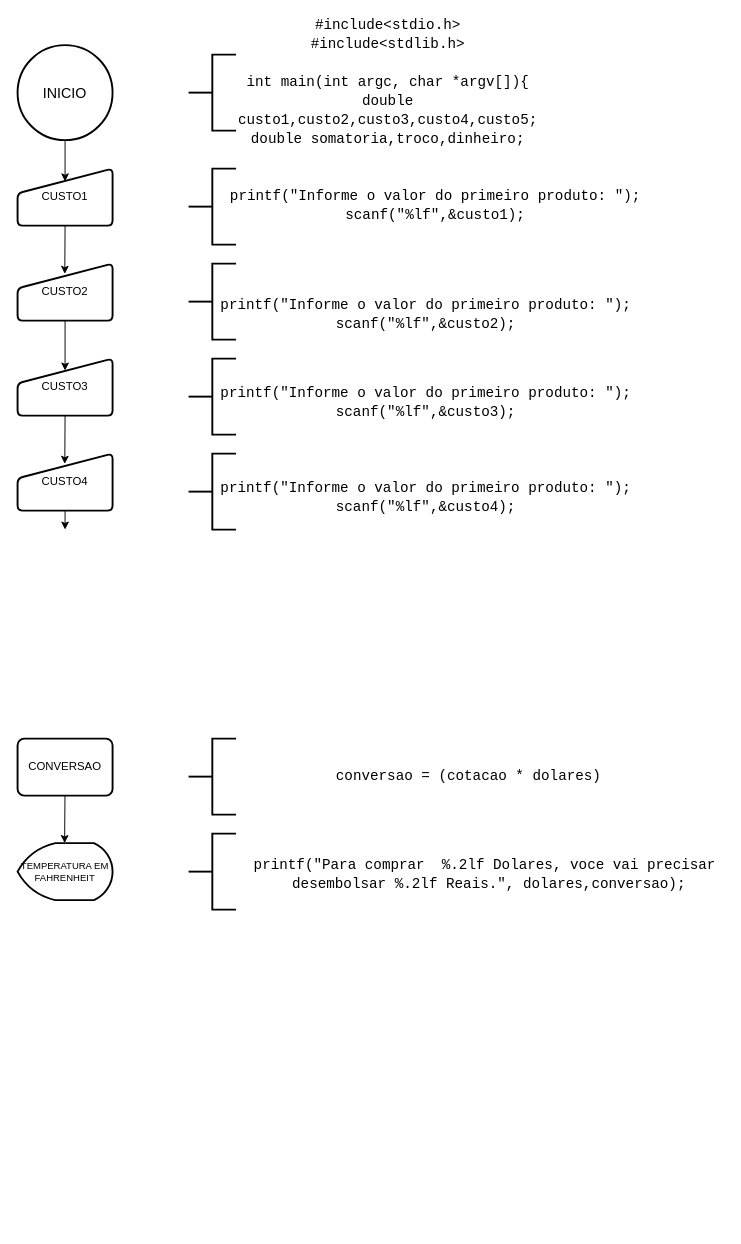
Before: Exercicio_07.drawio in rafael-schroer/programacao-aplicada-2021, a draw.io diagram. Source tidied: cells renumbered, new cells numbered last; positions are measured from the earlier drawing's top-left corner, leaving out a move shared by most shapes. Both pictures are drawn from the tidied source at 95%, with x=0, y=0 at pixel (17, 26).
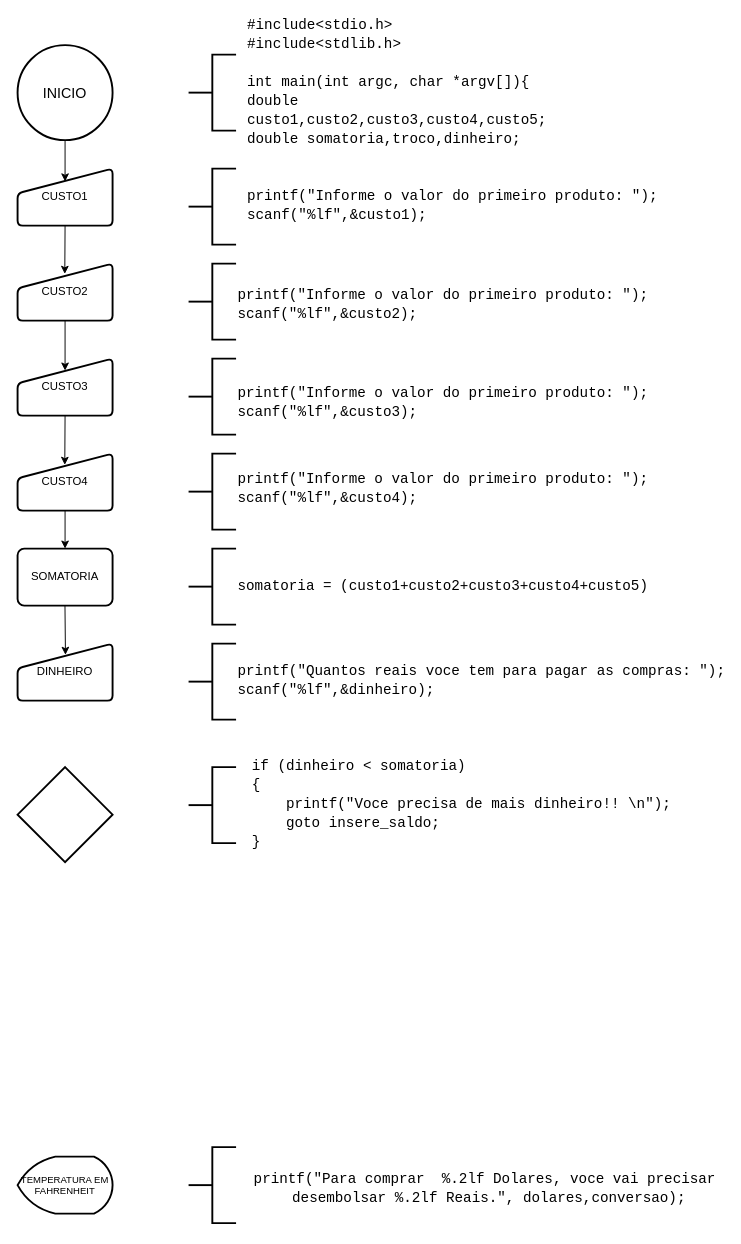
Above is the later version.

The change refers to these unchanged cells:
```xml
<mxCell id="20" value="CUSTO3" style="html=1;strokeWidth=2;shape=manualInput;whiteSpace=wrap;rounded=1;size=26;arcSize=11;verticalAlign=middle;align=center;" parent="1" vertex="1">
  <mxGeometry y="350" width="100" height="60" as="geometry" />
</mxCell>
<mxCell id="23" value="CUSTO4" style="html=1;strokeWidth=2;shape=manualInput;whiteSpace=wrap;rounded=1;size=26;arcSize=11;verticalAlign=middle;align=center;" parent="1" vertex="1">
  <mxGeometry y="450" width="100" height="60" as="geometry" />
</mxCell>
```

Diff of the diagram source:
```diff
@@
     <mxCell id="6" value="TEMPERATURA EM FAHRENHEIT" style="strokeWidth=2;html=1;shape=mxgraph.flowchart.display;whiteSpace=wrap;fontSize=10;" parent="1" vertex="1">
-      <mxGeometry y="860" width="100" height="60" as="geometry" />
+      <mxGeometry y="1190" width="100" height="60" as="geometry" />
     </mxCell>
-    <mxCell id="7" value="&#10;&#10;&lt;div style=&quot;font-family: consolas, &amp;quot;courier new&amp;quot;, monospace; font-weight: normal; font-size: 15px; line-height: 20px;&quot;&gt;&lt;div&gt;&lt;span style=&quot;&quot;&gt;printf&lt;/span&gt;&lt;span style=&quot;&quot;&gt;(&lt;/span&gt;&lt;span style=&quot;&quot;&gt;&quot;Informe&amp;nbsp;o&amp;nbsp;valor&amp;nbsp;do&amp;nbsp;primeiro&amp;nbsp;produto:&amp;nbsp;&quot;&lt;/span&gt;&lt;span style=&quot;&quot;&gt;);&lt;/span&gt;&lt;/div&gt;&lt;div&gt;&lt;span style=&quot;&quot;&gt;scanf&lt;/span&gt;&lt;span style=&quot;&quot;&gt;(&lt;/span&gt;&lt;span style=&quot;&quot;&gt;&quot;&lt;/span&gt;&lt;span style=&quot;&quot;&gt;%lf&lt;/span&gt;&lt;span style=&quot;&quot;&gt;&quot;&lt;/span&gt;&lt;span style=&quot;&quot;&gt;,&amp;amp;&lt;/span&gt;&lt;span style=&quot;&quot;&gt;custo1&lt;/span&gt;&lt;span style=&quot;&quot;&gt;);&lt;/span&gt;&lt;/div&gt;&lt;/div&gt;&#10;&#10;" style="text;html=1;strokeColor=none;fillColor=none;align=center;verticalAlign=middle;whiteSpace=wrap;rounded=0;labelBorderColor=none;" parent="1" vertex="1">
+    <mxCell id="7" value="&#10;&#10;&lt;div style=&quot;font-family: consolas, &amp;quot;courier new&amp;quot;, monospace; font-weight: normal; font-size: 15px; line-height: 20px;&quot;&gt;&lt;div&gt;&lt;span style=&quot;&quot;&gt;printf&lt;/span&gt;&lt;span style=&quot;&quot;&gt;(&lt;/span&gt;&lt;span style=&quot;&quot;&gt;&quot;Informe&amp;nbsp;o&amp;nbsp;valor&amp;nbsp;do&amp;nbsp;primeiro&amp;nbsp;produto:&amp;nbsp;&quot;&lt;/span&gt;&lt;span style=&quot;&quot;&gt;);&lt;/span&gt;&lt;/div&gt;&lt;div&gt;&lt;span style=&quot;&quot;&gt;scanf&lt;/span&gt;&lt;span style=&quot;&quot;&gt;(&lt;/span&gt;&lt;span style=&quot;&quot;&gt;&quot;&lt;/span&gt;&lt;span style=&quot;&quot;&gt;%lf&lt;/span&gt;&lt;span style=&quot;&quot;&gt;&quot;&lt;/span&gt;&lt;span style=&quot;&quot;&gt;,&amp;amp;&lt;/span&gt;&lt;span style=&quot;&quot;&gt;custo1&lt;/span&gt;&lt;span style=&quot;&quot;&gt;);&lt;/span&gt;&lt;/div&gt;&lt;/div&gt;&#10;&#10;" style="text;html=1;strokeColor=none;fillColor=none;align=left;verticalAlign=middle;whiteSpace=wrap;rounded=0;labelBorderColor=none;" parent="1" vertex="1">
       <mxGeometry x="240" y="170" width="400" height="40" as="geometry" />
     </mxCell>
@@
     <mxCell id="9" style="strokeWidth=2;html=1;shape=mxgraph.flowchart.annotation_2;align=left;labelPosition=right;" parent="1" vertex="1">
-      <mxGeometry x="180" y="750" width="50" height="80" as="geometry" />
+      <mxGeometry x="180" y="550" width="50" height="80" as="geometry" />
     </mxCell>
-    <mxCell id="10" value="&lt;div style=&quot;font-family: &amp;#34;consolas&amp;#34; , &amp;#34;courier new&amp;#34; , monospace ; font-weight: normal ; font-size: 15px ; line-height: 20px&quot;&gt;&lt;div style=&quot;font-family: &amp;#34;consolas&amp;#34; , &amp;#34;courier new&amp;#34; , monospace ; line-height: 20px&quot;&gt;conversao = (cotacao * dolares)&lt;/div&gt;&lt;/div&gt;" style="text;html=1;rounded=0;align=center;verticalAlign=middle;labelBorderColor=none;whiteSpace=wrap;" parent="1" vertex="1">
-      <mxGeometry x="230" y="770" width="490" height="40" as="geometry" />
+    <mxCell id="10" value="&lt;div style=&quot;font-family: &amp;quot;consolas&amp;quot; , &amp;quot;courier new&amp;quot; , monospace ; font-weight: normal ; font-size: 15px ; line-height: 20px&quot;&gt;&lt;div style=&quot;font-family: &amp;quot;consolas&amp;quot; , &amp;quot;courier new&amp;quot; , monospace ; line-height: 20px&quot;&gt;somatoria = (custo1+custo2+custo3+custo4+custo5)&lt;/div&gt;&lt;/div&gt;" style="text;html=1;rounded=0;align=left;verticalAlign=middle;labelBorderColor=none;whiteSpace=wrap;" parent="1" vertex="1">
+      <mxGeometry x="230" y="570" width="490" height="40" as="geometry" />
     </mxCell>
-    <mxCell id="11" value="&lt;div style=&quot;font-family: &amp;#34;consolas&amp;#34; , &amp;#34;courier new&amp;#34; , monospace ; font-weight: normal ; font-size: 15px ; line-height: 20px&quot;&gt;&lt;div style=&quot;font-family: &amp;#34;consolas&amp;#34; , &amp;#34;courier new&amp;#34; , monospace ; line-height: 20px&quot;&gt;&lt;div&gt;&lt;span&gt;#include&lt;/span&gt;&lt;span&gt;&amp;lt;stdio.h&amp;gt;&lt;/span&gt;&lt;/div&gt;&lt;div&gt;&lt;span&gt;#include&lt;/span&gt;&lt;span&gt;&amp;lt;stdlib.h&amp;gt;&lt;/span&gt;&lt;/div&gt;&lt;br&gt;&lt;div&gt;&lt;span&gt;int&lt;/span&gt;&amp;nbsp;&lt;span&gt;main&lt;/span&gt;(&lt;span&gt;int&lt;/span&gt;&amp;nbsp;&lt;span&gt;argc&lt;/span&gt;,&amp;nbsp;&lt;span&gt;char&lt;/span&gt;&amp;nbsp;*&lt;span&gt;argv&lt;/span&gt;&lt;span&gt;[]&lt;/span&gt;){&lt;/div&gt;&lt;div&gt;double custo1,custo2,custo3,custo4,custo5;&lt;/div&gt;&lt;div&gt;double somatoria,troco,dinheiro;&lt;br&gt;&lt;/div&gt;&lt;/div&gt;&lt;/div&gt;" style="text;whiteSpace=wrap;html=1;rounded=0;align=center;verticalAlign=middle;labelBorderColor=none;" parent="1" vertex="1">
+    <mxCell id="11" value="&lt;div style=&quot;font-family: &amp;quot;consolas&amp;quot; , &amp;quot;courier new&amp;quot; , monospace ; font-weight: normal ; font-size: 15px ; line-height: 20px&quot;&gt;&lt;div style=&quot;font-family: &amp;quot;consolas&amp;quot; , &amp;quot;courier new&amp;quot; , monospace ; line-height: 20px&quot;&gt;&lt;div&gt;&lt;span&gt;#include&lt;/span&gt;&lt;span&gt;&amp;lt;stdio.h&amp;gt;&lt;/span&gt;&lt;/div&gt;&lt;div&gt;&lt;span&gt;#include&lt;/span&gt;&lt;span&gt;&amp;lt;stdlib.h&amp;gt;&lt;/span&gt;&lt;/div&gt;&lt;br&gt;&lt;div&gt;&lt;span&gt;int&lt;/span&gt;&amp;nbsp;&lt;span&gt;main&lt;/span&gt;(&lt;span&gt;int&lt;/span&gt;&amp;nbsp;&lt;span&gt;argc&lt;/span&gt;,&amp;nbsp;&lt;span&gt;char&lt;/span&gt;&amp;nbsp;*&lt;span&gt;argv&lt;/span&gt;&lt;span&gt;[]&lt;/span&gt;){&lt;/div&gt;&lt;div&gt;double custo1,custo2,custo3,custo4,custo5;&lt;/div&gt;&lt;div&gt;double somatoria,troco,dinheiro;&lt;br&gt;&lt;/div&gt;&lt;/div&gt;&lt;/div&gt;" style="text;whiteSpace=wrap;html=1;rounded=0;align=left;verticalAlign=middle;labelBorderColor=none;" parent="1" vertex="1">
       <mxGeometry x="240" width="300" height="120" as="geometry" />
     </mxCell>
@@
-    <mxCell id="13" value="CONVERSAO" style="rounded=1;whiteSpace=wrap;html=1;absoluteArcSize=1;arcSize=14;strokeWidth=2;align=center;verticalAlign=middle;" parent="1" vertex="1">
-      <mxGeometry y="750" width="100" height="60" as="geometry" />
+    <mxCell id="13" value="SOMATORIA" style="rounded=1;whiteSpace=wrap;html=1;absoluteArcSize=1;arcSize=14;strokeWidth=2;align=center;verticalAlign=middle;" parent="1" vertex="1">
+      <mxGeometry y="550" width="100" height="60" as="geometry" />
     </mxCell>
-    <mxCell id="14" style="endArrow=classic;html=1;exitX=0.5;exitY=1;exitDx=0;exitDy=0;" parent="1" edge="1">
+    <mxCell id="14" style="endArrow=classic;html=1;exitX=0.5;exitY=1;exitDx=0;exitDy=0;entryX=0.504;entryY=0.197;entryDx=0;entryDy=0;entryPerimeter=0;" parent="1" edge="1" target="29">
       <mxGeometry relative="1" as="geometry">
-        <mxPoint x="49.9" y="810" as="sourcePoint" />
-        <mxPoint x="49.5" y="860" as="targetPoint" />
+        <mxPoint x="49.9" y="610" as="sourcePoint" />
       </mxGeometry>
     </mxCell>
     <mxCell id="15" style="strokeWidth=2;html=1;shape=mxgraph.flowchart.annotation_2;align=left;labelPosition=right;" parent="1" vertex="1">
-      <mxGeometry x="180" y="850" width="50" height="80" as="geometry" />
+      <mxGeometry x="180" y="1180" width="50" height="80" as="geometry" />
     </mxCell>
     <mxCell id="16" value="&lt;br&gt;&lt;br&gt;&lt;div style=&quot;font-family: &amp;#34;consolas&amp;#34; , &amp;#34;courier new&amp;#34; , monospace ; font-weight: normal ; font-size: 15px ; line-height: 20px&quot;&gt;&lt;div&gt;&lt;span&gt;printf&lt;/span&gt;&lt;span&gt;(&lt;/span&gt;&lt;span&gt;&quot;Para&amp;nbsp;comprar&amp;nbsp;&amp;nbsp;&lt;/span&gt;&lt;span&gt;%.2lf&lt;/span&gt;&lt;span&gt;&amp;nbsp;Dolares,&amp;nbsp;voce&amp;nbsp;vai&amp;nbsp;precisar&amp;nbsp;&lt;/span&gt;&lt;/div&gt;&lt;div&gt;&lt;span&gt;desembolsar&amp;nbsp;&lt;/span&gt;&lt;span&gt;%.2lf&lt;/span&gt;&lt;span&gt;&amp;nbsp;Reais.&quot;&lt;/span&gt;&lt;span&gt;,&amp;nbsp;&lt;/span&gt;&lt;span&gt;dolares&lt;/span&gt;&lt;span&gt;,&lt;/span&gt;&lt;span&gt;conversao&lt;/span&gt;&lt;span&gt;);&lt;/span&gt;&lt;/div&gt;&lt;br&gt;&lt;/div&gt;" style="text;html=1;rounded=0;align=center;verticalAlign=middle;labelBorderColor=none;whiteSpace=wrap;" parent="1" vertex="1">
-      <mxGeometry x="280" y="870" width="432.5" height="40" as="geometry" />
+      <mxGeometry x="280" y="1200" width="432.5" height="40" as="geometry" />
     </mxCell>
@@
-    <mxCell id="21" style="endArrow=classic;html=1;exitX=0.5;exitY=1;exitDx=0;exitDy=0;entryX=0.497;entryY=0.18;entryDx=0;entryDy=0;entryPerimeter=0;" parent="1" edge="1" source="20" target="23">
+    <mxCell id="21" style="endArrow=classic;html=1;exitX=0.5;exitY=1;exitDx=0;exitDy=0;entryX=0.497;entryY=0.197;entryDx=0;entryDy=0;entryPerimeter=0;" parent="1" edge="1" source="20" target="23">
       <mxGeometry relative="1" as="geometry" />
     </mxCell>
@@
-    <mxCell id="24" style="endArrow=classic;html=1;exitX=0.5;exitY=1;exitDx=0;exitDy=0;" parent="1" edge="1" source="23">
-      <mxGeometry relative="1" as="geometry">
-        <mxPoint x="50" y="530" as="targetPoint" />
-      </mxGeometry>
+    <mxCell id="24" style="endArrow=classic;html=1;exitX=0.5;exitY=1;exitDx=0;exitDy=0;entryX=0.5;entryY=0;entryDx=0;entryDy=0;" parent="1" edge="1" source="23" target="13">
+      <mxGeometry relative="1" as="geometry" />
     </mxCell>
@@
-    <mxCell id="26" value="&lt;br&gt;&lt;br&gt;&lt;div style=&quot;font-family: &amp;#34;consolas&amp;#34; , &amp;#34;courier new&amp;#34; , monospace ; font-weight: normal ; font-size: 15px ; line-height: 20px&quot;&gt;&lt;div&gt;&lt;span&gt;printf&lt;/span&gt;&lt;span&gt;(&lt;/span&gt;&lt;span&gt;&quot;Informe&amp;nbsp;o&amp;nbsp;valor&amp;nbsp;do&amp;nbsp;primeiro&amp;nbsp;produto:&amp;nbsp;&quot;&lt;/span&gt;&lt;span&gt;);&lt;/span&gt;&lt;/div&gt;&lt;div&gt;&lt;span&gt;scanf&lt;/span&gt;&lt;span&gt;(&lt;/span&gt;&lt;span&gt;&quot;&lt;/span&gt;&lt;span&gt;%lf&lt;/span&gt;&lt;span&gt;&quot;&lt;/span&gt;&lt;span&gt;,&amp;amp;&lt;/span&gt;&lt;span&gt;custo2&lt;/span&gt;&lt;span&gt;);&lt;/span&gt;&lt;/div&gt;&lt;/div&gt;" style="text;html=1;strokeColor=none;fillColor=none;align=center;verticalAlign=middle;whiteSpace=wrap;rounded=0;labelBorderColor=none;" parent="1" vertex="1">
-      <mxGeometry x="230" y="270" width="400" height="40" as="geometry" />
+    <mxCell id="26" value="&lt;br&gt;&lt;br&gt;&lt;div style=&quot;font-family: &amp;quot;consolas&amp;quot; , &amp;quot;courier new&amp;quot; , monospace ; font-weight: normal ; font-size: 15px ; line-height: 20px&quot;&gt;&lt;div&gt;&lt;span&gt;printf&lt;/span&gt;&lt;span&gt;(&lt;/span&gt;&lt;span&gt;&quot;Informe&amp;nbsp;o&amp;nbsp;valor&amp;nbsp;do&amp;nbsp;primeiro&amp;nbsp;produto:&amp;nbsp;&quot;&lt;/span&gt;&lt;span&gt;);&lt;/span&gt;&lt;/div&gt;&lt;div&gt;&lt;span&gt;scanf&lt;/span&gt;&lt;span&gt;(&lt;/span&gt;&lt;span&gt;&quot;&lt;/span&gt;&lt;span&gt;%lf&lt;/span&gt;&lt;span&gt;&quot;&lt;/span&gt;&lt;span&gt;,&amp;amp;&lt;/span&gt;&lt;span&gt;custo2&lt;/span&gt;&lt;span&gt;);&lt;/span&gt;&lt;/div&gt;&lt;/div&gt;" style="text;html=1;strokeColor=none;fillColor=none;align=left;verticalAlign=middle;whiteSpace=wrap;rounded=0;labelBorderColor=none;" parent="1" vertex="1">
+      <mxGeometry x="230" y="260" width="400" height="40" as="geometry" />
     </mxCell>
-    <mxCell id="27" value="&lt;br&gt;&lt;br&gt;&lt;div style=&quot;font-family: &amp;#34;consolas&amp;#34; , &amp;#34;courier new&amp;#34; , monospace ; font-weight: normal ; font-size: 15px ; line-height: 20px&quot;&gt;&lt;div&gt;&lt;span&gt;printf&lt;/span&gt;&lt;span&gt;(&lt;/span&gt;&lt;span&gt;&quot;Informe&amp;nbsp;o&amp;nbsp;valor&amp;nbsp;do&amp;nbsp;primeiro&amp;nbsp;produto:&amp;nbsp;&quot;&lt;/span&gt;&lt;span&gt;);&lt;/span&gt;&lt;/div&gt;&lt;div&gt;&lt;span&gt;scanf&lt;/span&gt;&lt;span&gt;(&lt;/span&gt;&lt;span&gt;&quot;&lt;/span&gt;&lt;span&gt;%lf&lt;/span&gt;&lt;span&gt;&quot;&lt;/span&gt;&lt;span&gt;,&amp;amp;&lt;/span&gt;&lt;span&gt;custo3&lt;/span&gt;&lt;span&gt;);&lt;/span&gt;&lt;/div&gt;&lt;/div&gt;&lt;br&gt;" style="text;html=1;strokeColor=none;fillColor=none;align=center;verticalAlign=middle;whiteSpace=wrap;rounded=0;labelBorderColor=none;" parent="1" vertex="1">
+    <mxCell id="27" value="&lt;br&gt;&lt;br&gt;&lt;div style=&quot;font-family: &amp;quot;consolas&amp;quot; , &amp;quot;courier new&amp;quot; , monospace ; font-weight: normal ; font-size: 15px ; line-height: 20px&quot;&gt;&lt;div&gt;&lt;span&gt;printf&lt;/span&gt;&lt;span&gt;(&lt;/span&gt;&lt;span&gt;&quot;Informe&amp;nbsp;o&amp;nbsp;valor&amp;nbsp;do&amp;nbsp;primeiro&amp;nbsp;produto:&amp;nbsp;&quot;&lt;/span&gt;&lt;span&gt;);&lt;/span&gt;&lt;/div&gt;&lt;div&gt;&lt;span&gt;scanf&lt;/span&gt;&lt;span&gt;(&lt;/span&gt;&lt;span&gt;&quot;&lt;/span&gt;&lt;span&gt;%lf&lt;/span&gt;&lt;span&gt;&quot;&lt;/span&gt;&lt;span&gt;,&amp;amp;&lt;/span&gt;&lt;span&gt;custo3&lt;/span&gt;&lt;span&gt;);&lt;/span&gt;&lt;/div&gt;&lt;/div&gt;&lt;br&gt;" style="text;html=1;strokeColor=none;fillColor=none;align=left;verticalAlign=middle;whiteSpace=wrap;rounded=0;labelBorderColor=none;" parent="1" vertex="1">
       <mxGeometry x="230" y="370" width="400" height="40" as="geometry" />
     </mxCell>
-    <mxCell id="28" value="&lt;br&gt;&lt;br&gt;&lt;div style=&quot;font-family: &amp;#34;consolas&amp;#34; , &amp;#34;courier new&amp;#34; , monospace ; font-weight: normal ; font-size: 15px ; line-height: 20px&quot;&gt;&lt;div&gt;&lt;span&gt;printf&lt;/span&gt;&lt;span&gt;(&lt;/span&gt;&lt;span&gt;&quot;Informe&amp;nbsp;o&amp;nbsp;valor&amp;nbsp;do&amp;nbsp;primeiro&amp;nbsp;produto:&amp;nbsp;&quot;&lt;/span&gt;&lt;span&gt;);&lt;/span&gt;&lt;/div&gt;&lt;div&gt;&lt;span&gt;scanf&lt;/span&gt;&lt;span&gt;(&lt;/span&gt;&lt;span&gt;&quot;&lt;/span&gt;&lt;span&gt;%lf&lt;/span&gt;&lt;span&gt;&quot;&lt;/span&gt;&lt;span&gt;,&amp;amp;&lt;/span&gt;&lt;span&gt;custo4&lt;/span&gt;&lt;span&gt;);&lt;/span&gt;&lt;/div&gt;&lt;/div&gt;&lt;br&gt;" style="text;html=1;strokeColor=none;fillColor=none;align=center;verticalAlign=middle;whiteSpace=wrap;rounded=0;labelBorderColor=none;" parent="1" vertex="1">
-      <mxGeometry x="230" y="470" width="400" height="40" as="geometry" />
+    <mxCell id="28" value="&lt;br&gt;&lt;br&gt;&lt;div style=&quot;font-family: &amp;quot;consolas&amp;quot; , &amp;quot;courier new&amp;quot; , monospace ; font-weight: normal ; font-size: 15px ; line-height: 20px&quot;&gt;&lt;div&gt;&lt;span&gt;printf&lt;/span&gt;&lt;span&gt;(&lt;/span&gt;&lt;span&gt;&quot;Informe&amp;nbsp;o&amp;nbsp;valor&amp;nbsp;do&amp;nbsp;primeiro&amp;nbsp;produto:&amp;nbsp;&quot;&lt;/span&gt;&lt;span&gt;);&lt;/span&gt;&lt;/div&gt;&lt;div&gt;&lt;span&gt;scanf&lt;/span&gt;&lt;span&gt;(&lt;/span&gt;&lt;span&gt;&quot;&lt;/span&gt;&lt;span&gt;%lf&lt;/span&gt;&lt;span&gt;&quot;&lt;/span&gt;&lt;span&gt;,&amp;amp;&lt;/span&gt;&lt;span&gt;custo4&lt;/span&gt;&lt;span&gt;);&lt;/span&gt;&lt;/div&gt;&lt;/div&gt;&lt;br&gt;" style="text;html=1;strokeColor=none;fillColor=none;align=left;verticalAlign=middle;whiteSpace=wrap;rounded=0;labelBorderColor=none;" parent="1" vertex="1">
+      <mxGeometry x="230" y="460" width="400" height="40" as="geometry" />
     </mxCell>
+    <mxCell id="29" value="DINHEIRO" style="html=1;strokeWidth=2;shape=manualInput;whiteSpace=wrap;rounded=1;size=26;arcSize=11;verticalAlign=middle;align=center;" parent="1" vertex="1">
+      <mxGeometry y="650" width="100" height="60" as="geometry" />
+    </mxCell>
+    <mxCell id="30" value="&#10;&#10;&lt;div style=&quot;font-family: consolas, &amp;quot;courier new&amp;quot;, monospace; font-weight: normal; font-size: 15px; line-height: 20px;&quot;&gt;&lt;div&gt;&lt;span style=&quot;&quot;&gt;printf&lt;/span&gt;&lt;span style=&quot;&quot;&gt;(&lt;/span&gt;&lt;span style=&quot;&quot;&gt;&quot;Quantos&amp;nbsp;reais&amp;nbsp;voce&amp;nbsp;tem&amp;nbsp;para&amp;nbsp;pagar&amp;nbsp;as&amp;nbsp;compras:&amp;nbsp;&quot;&lt;/span&gt;&lt;span style=&quot;&quot;&gt;);&lt;/span&gt;&lt;/div&gt;&lt;div&gt;&lt;span style=&quot;&quot;&gt;scanf&lt;/span&gt;&lt;span style=&quot;&quot;&gt;(&lt;/span&gt;&lt;span style=&quot;&quot;&gt;&quot;&lt;/span&gt;&lt;span style=&quot;&quot;&gt;%lf&lt;/span&gt;&lt;span style=&quot;&quot;&gt;&quot;&lt;/span&gt;&lt;span style=&quot;&quot;&gt;,&amp;amp;&lt;/span&gt;&lt;span style=&quot;&quot;&gt;dinheiro&lt;/span&gt;&lt;span style=&quot;&quot;&gt;);&lt;/span&gt;&lt;/div&gt;&lt;/div&gt;&#10;&#10;" style="text;html=1;strokeColor=none;fillColor=none;align=left;verticalAlign=middle;whiteSpace=wrap;rounded=0;labelBorderColor=none;" parent="1" vertex="1">
+      <mxGeometry x="230" y="670" width="400" height="40" as="geometry" />
+    </mxCell>
+    <mxCell id="31" style="strokeWidth=2;html=1;shape=mxgraph.flowchart.annotation_2;align=left;labelPosition=right;" parent="1" vertex="1">
+      <mxGeometry x="180" y="650" width="50" height="80" as="geometry" />
+    </mxCell>
+    <mxCell id="32" style="strokeWidth=2;html=1;shape=mxgraph.flowchart.decision;whiteSpace=wrap;fontColor=#000000;" parent="1" vertex="1">
+      <mxGeometry y="780" width="100" height="100" as="geometry" />
+    </mxCell>
+    <mxCell id="33" value="&lt;div style=&quot;font-family: consolas, &amp;quot;courier new&amp;quot;, monospace; font-size: 15px; line-height: 20px;&quot;&gt;&lt;div&gt;&lt;span style=&quot;&quot;&gt;if&lt;/span&gt;&amp;nbsp;(&lt;span style=&quot;&quot;&gt;dinheiro&lt;/span&gt;&amp;nbsp;&amp;lt;&amp;nbsp;&lt;span style=&quot;&quot;&gt;somatoria&lt;/span&gt;)&lt;/div&gt;&lt;div&gt;{&lt;/div&gt;&lt;div&gt;&amp;nbsp;&amp;nbsp;&amp;nbsp;&amp;nbsp;&lt;span style=&quot;&quot;&gt;printf&lt;/span&gt;(&lt;span style=&quot;&quot;&gt;&quot;Voce&amp;nbsp;precisa&amp;nbsp;de&amp;nbsp;mais&amp;nbsp;dinheiro!!&amp;nbsp;&lt;/span&gt;&lt;span style=&quot;&quot;&gt;\n&lt;/span&gt;&lt;span style=&quot;&quot;&gt;&quot;&lt;/span&gt;);&lt;/div&gt;&lt;div&gt;&amp;nbsp;&amp;nbsp;&amp;nbsp;&amp;nbsp;&lt;span style=&quot;&quot;&gt;goto&lt;/span&gt;&amp;nbsp;&lt;span style=&quot;&quot;&gt;insere_saldo&lt;/span&gt;;&lt;/div&gt;&lt;div&gt;}&lt;/div&gt;&lt;/div&gt;" style="text;html=1;strokeColor=none;fillColor=none;align=left;verticalAlign=middle;whiteSpace=wrap;rounded=0;labelBorderColor=none;" parent="1" vertex="1">
+      <mxGeometry x="245" y="800" width="460" height="40" as="geometry" />
+    </mxCell>
+    <mxCell id="34" style="strokeWidth=2;html=1;shape=mxgraph.flowchart.annotation_2;align=left;labelPosition=right;" parent="1" vertex="1">
+      <mxGeometry x="180" y="780" width="50" height="80" as="geometry" />
+    </mxCell>
```
